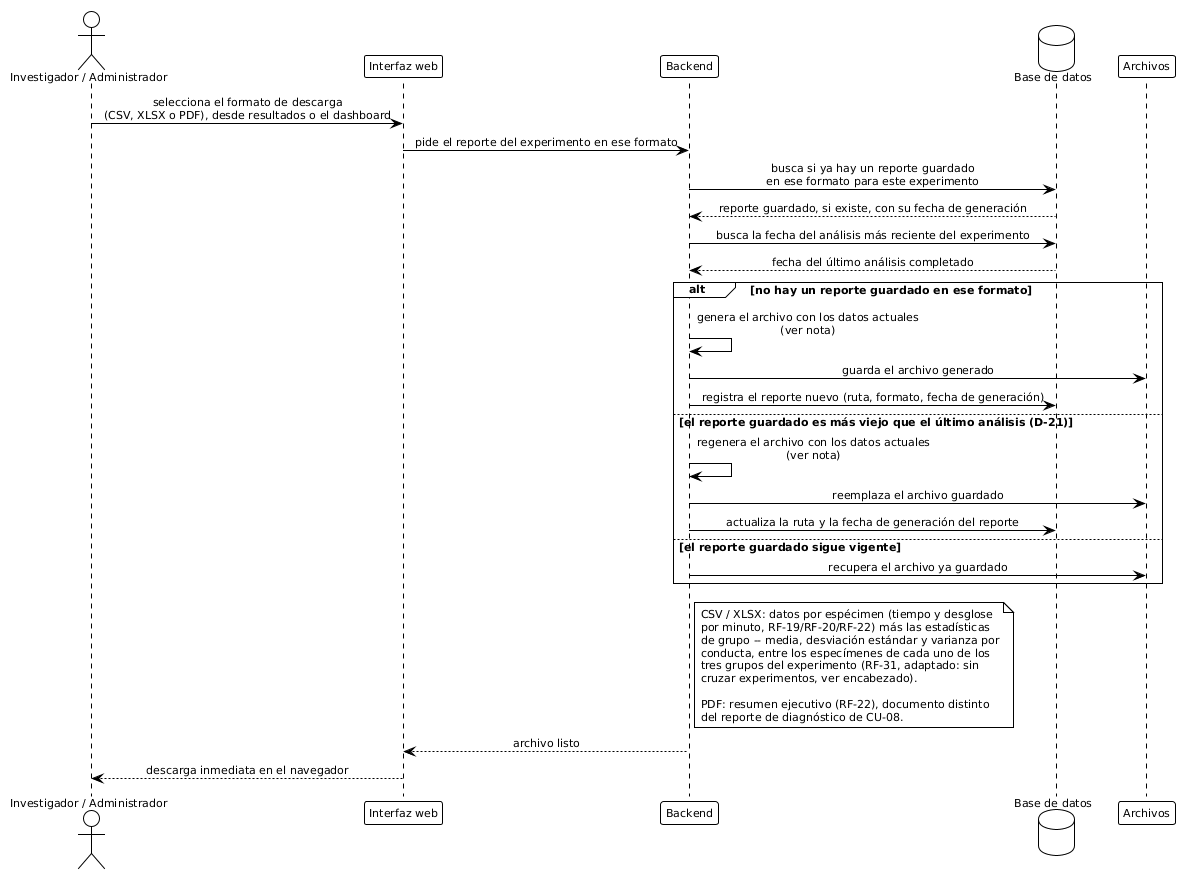
ErickJester/fst-ai-system-latex keeps this PlantUML diagram as figures/mermaid/seq_descarga_reportes.png. Above is the earlier version.
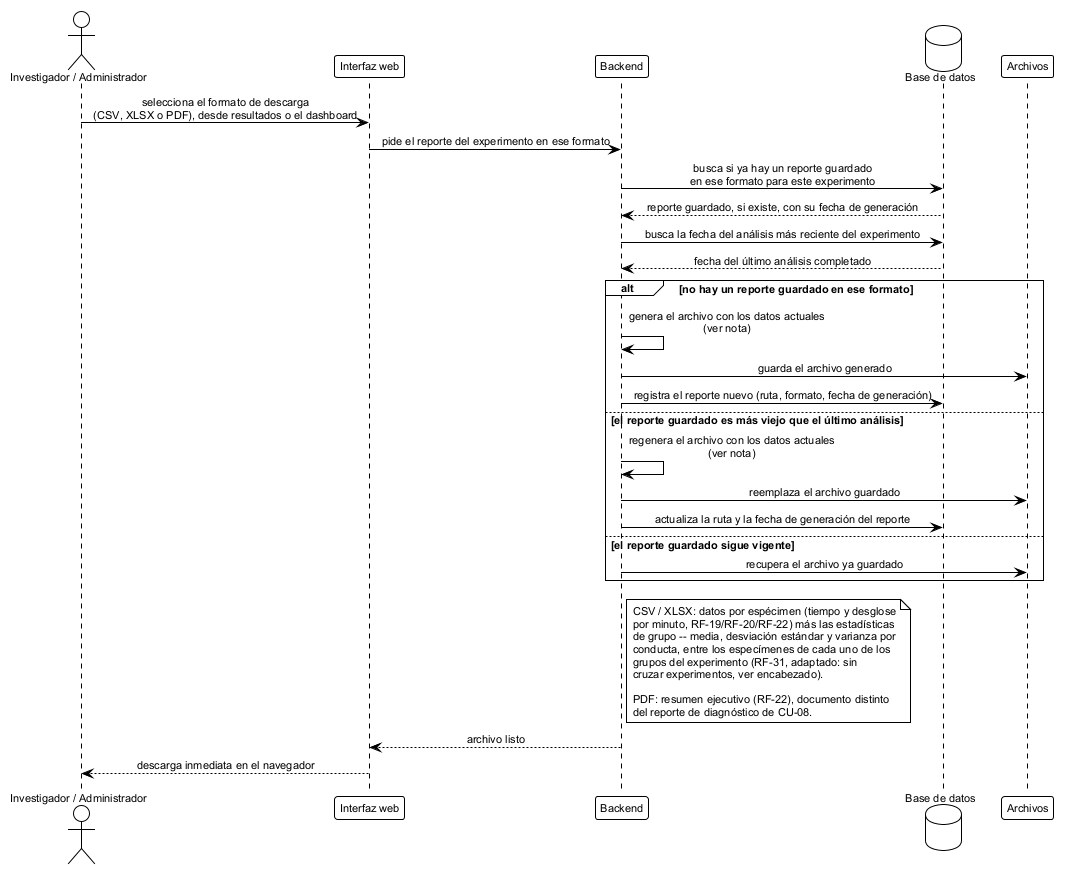
The same file after the commit.

Change to the diagram source:
```diff
@@ -1,4 +1,4 @@
-@startuml
+@startuml seq_descarga_reportes
 
 !theme plain
 skinparam defaultFontName Arial
@@ -25,7 +25,7 @@
   api -> api: genera el archivo con los datos actuales\n(ver nota)
   api -> fs: guarda el archivo generado
   api -> db: registra el reporte nuevo (ruta, formato, fecha de generación)
-else el reporte guardado es más viejo que el último análisis (D-21)
+else el reporte guardado es más viejo que el último análisis
   api -> api: regenera el archivo con los datos actuales\n(ver nota)
   api -> fs: reemplaza el archivo guardado
   api -> db: actualiza la ruta y la fecha de generación del reporte
@@ -38,7 +38,7 @@
   por minuto, RF-19/RF-20/RF-22) más las estadísticas
   de grupo -- media, desviación estándar y varianza por
   conducta, entre los especímenes de cada uno de los
-  tres grupos del experimento (RF-31, adaptado: sin
+  grupos del experimento (RF-31, adaptado: sin
   cruzar experimentos, ver encabezado).
 
   PDF: resumen ejecutivo (RF-22), documento distinto
@@ -47,4 +47,5 @@
 
 api --> ui: archivo listo
 ui --> inv: descarga inmediata en el navegador
+
 @enduml
```
